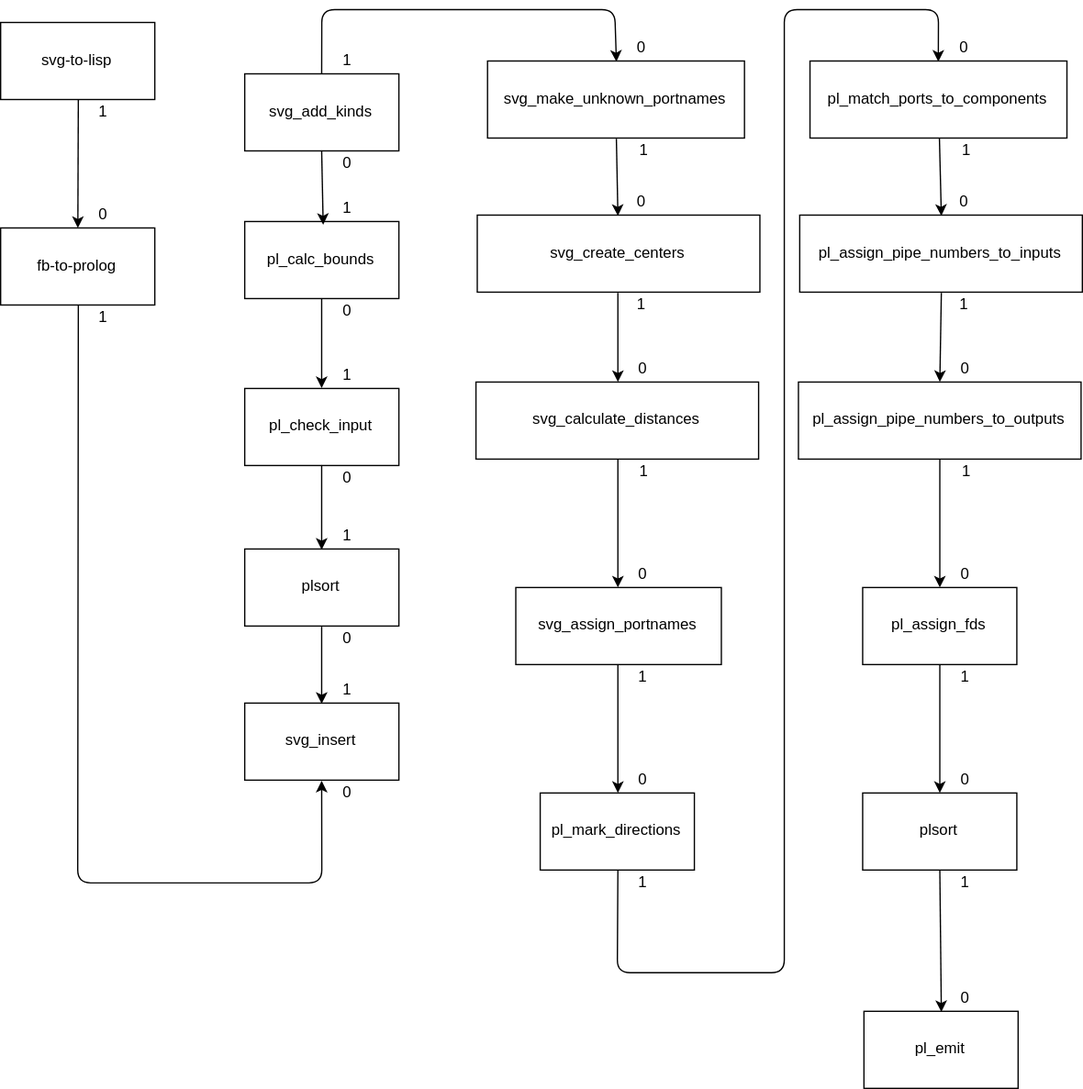
Earlier version of the draw.io export svg/svg_compiler.svg (bmfbp/bmfbp). Source tidied: cells renumbered, new cells last; positions are measured from the earlier drawing's top-left corner, leaving out a move shared by most shapes.
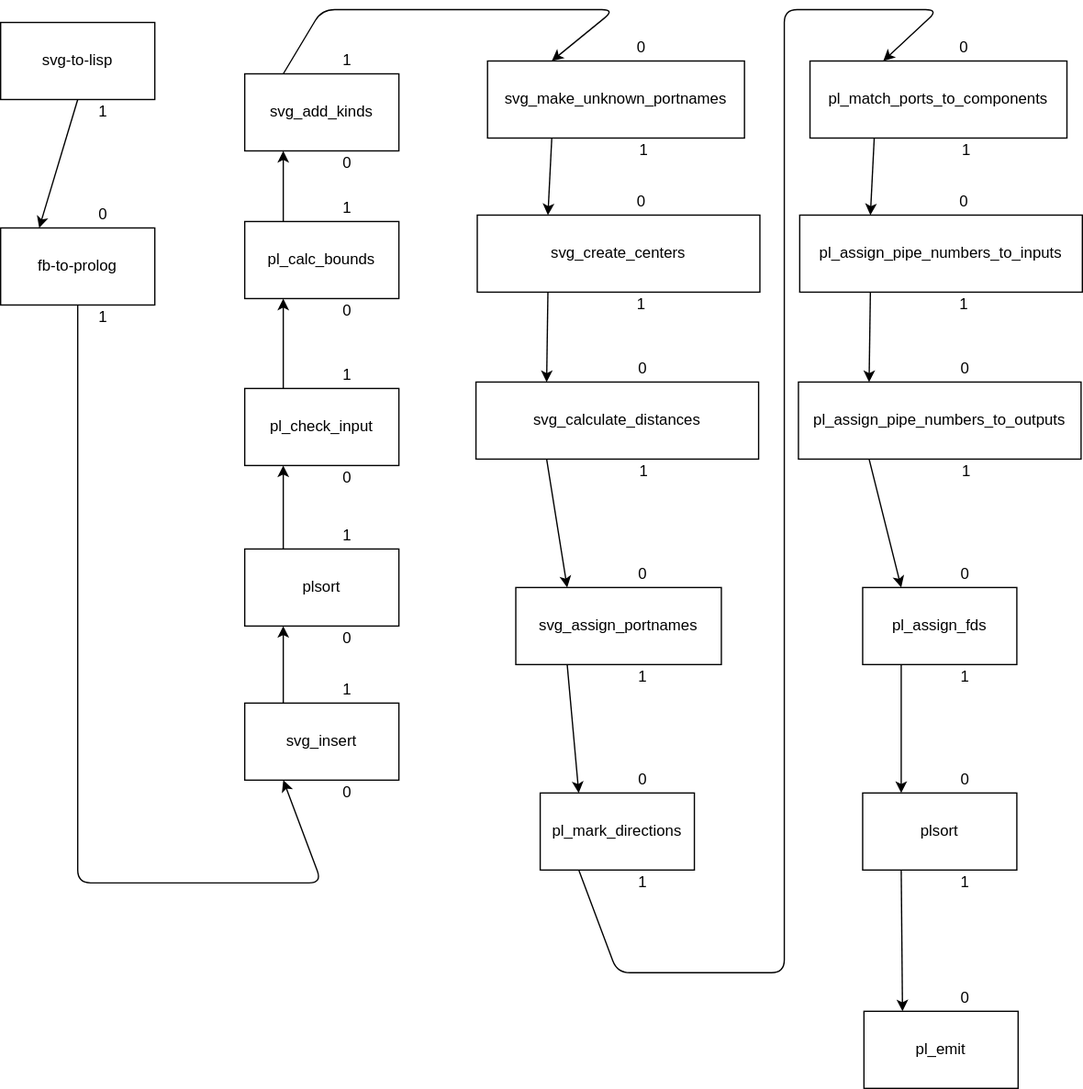
The same diagram one commit later.

Commit message:
changed diagram to move arrows away from port text to avoid conflicts

What changed in the source:
```diff
@@ -26,13 +26,15 @@
     <mxCell id="9" value="pl_mark_directions" style="rounded=0;" parent="1" vertex="1">
       <mxGeometry x="420" y="610" width="120" height="60" as="geometry" />
     </mxCell>
-    <mxCell id="10" style="endArrow=classic;entryX=0.5;entryY=0;exitX=0.5;exitY=1;" parent="1" edge="1" source="6" target="7">
+    <mxCell id="10" style="endArrow=classic;entryX=0.25;entryY=0;exitX=0.25;exitY=1;" parent="1" edge="1" source="6" target="7">
       <mxGeometry relative="1" as="geometry" />
     </mxCell>
-    <mxCell id="11" style="endArrow=classic;entryX=0.5;entryY=0;exitX=0.5;exitY=1;" parent="1" edge="1" source="7" target="8">
-      <mxGeometry relative="1" as="geometry" />
+    <mxCell id="11" style="endArrow=classic;entryX=0.25;entryY=0;" parent="1" edge="1" target="8">
+      <mxGeometry relative="1" as="geometry">
+        <mxPoint x="425" y="350" as="sourcePoint" />
+      </mxGeometry>
     </mxCell>
-    <mxCell id="12" style="endArrow=classic;entryX=0.5;entryY=0;exitX=0.5;exitY=1;" parent="1" edge="1" source="8" target="9">
+    <mxCell id="12" style="endArrow=classic;entryX=0.25;entryY=0;exitX=0.25;exitY=1;" parent="1" edge="1" source="8" target="9">
       <mxGeometry relative="1" as="geometry" />
     </mxCell>
     <mxCell id="13" value="1" style="text;strokeColor=none;fillColor=none;align=center;verticalAlign=middle;rounded=0;" parent="1" vertex="1">
@@ -77,18 +79,12 @@
     <mxCell id="26" value="0" style="text;strokeColor=none;fillColor=none;align=center;verticalAlign=middle;rounded=0;" parent="1" vertex="1">
       <mxGeometry x="250" y="600" width="40" height="20" as="geometry" />
     </mxCell>
-    <mxCell id="27" style="endArrow=classic;html=1;entryX=0.5;entryY=0;exitX=0.5;exitY=1;" parent="1" edge="1" source="29" target="4">
-      <mxGeometry relative="1" as="geometry" />
-    </mxCell>
     <mxCell id="28" value="pl_check_input" style="rounded=0;" parent="1" vertex="1">
       <mxGeometry x="190" y="295" width="120" height="60" as="geometry" />
     </mxCell>
     <mxCell id="29" value="plsort" style="rounded=0;" parent="1" vertex="1">
       <mxGeometry x="190" y="420" width="120" height="60" as="geometry" />
     </mxCell>
-    <mxCell id="30" style="endArrow=classic;entryX=0.5;entryY=0;exitX=0.5;exitY=1;" parent="1" edge="1" source="28" target="29">
-      <mxGeometry relative="1" as="geometry" />
-    </mxCell>
     <mxCell id="31" value="1" style="text;strokeColor=none;fillColor=none;align=center;verticalAlign=middle;rounded=0;" parent="1" vertex="1">
       <mxGeometry x="250" y="400" width="40" height="20" as="geometry" />
     </mxCell>
@@ -98,9 +94,6 @@
     <mxCell id="33" value="0" style="text;strokeColor=none;fillColor=none;align=center;verticalAlign=middle;rounded=0;" parent="1" vertex="1">
       <mxGeometry x="250" y="480" width="40" height="20" as="geometry" />
     </mxCell>
-    <mxCell id="34" style="endArrow=classic;html=1;exitX=0.5;exitY=1;entryX=0.5;entryY=0;" parent="1" edge="1" source="3" target="28">
-      <mxGeometry relative="1" as="geometry" />
-    </mxCell>
     <mxCell id="35" value="1" style="text;strokeColor=none;fillColor=none;align=center;verticalAlign=middle;rounded=0;" parent="1" vertex="1">
       <mxGeometry x="250" y="275" width="40" height="20" as="geometry" />
     </mxCell>
@@ -122,10 +115,7 @@
     <mxCell id="41" value="0" style="text;strokeColor=none;fillColor=none;align=center;verticalAlign=middle;rounded=0;" parent="1" vertex="1">
       <mxGeometry x="250" y="110" width="40" height="20" as="geometry" />
     </mxCell>
-    <mxCell id="42" style="endArrow=classic;html=1;entryX=0.021;entryY=1.117;entryPerimeter=0;exitX=0.5;exitY=1;" parent="1" edge="1" source="38" target="13">
-      <mxGeometry relative="1" as="geometry" />
-    </mxCell>
-    <mxCell id="43" style="endArrow=classic;html=1;exitX=0.5;exitY=1;" parent="1" edge="1" source="2" target="37">
+    <mxCell id="43" style="endArrow=classic;html=1;exitX=0.5;exitY=1;entryX=0.25;entryY=0;" parent="1" edge="1" source="2" target="37">
       <mxGeometry relative="1" as="geometry" />
     </mxCell>
     <mxCell id="44" value="pl_match_ports_to_components" style="rounded=0;" parent="1" vertex="1">
@@ -143,13 +133,13 @@
     <mxCell id="48" value="plsort" style="rounded=0;" parent="1" vertex="1">
       <mxGeometry x="671" y="610" width="120" height="60" as="geometry" />
     </mxCell>
-    <mxCell id="49" style="endArrow=classic;entryX=0.5;entryY=0;exitX=0.5;exitY=1;" parent="1" edge="1" source="45" target="46">
+    <mxCell id="49" style="endArrow=classic;entryX=0.25;entryY=0;exitX=0.25;exitY=1;" parent="1" edge="1" source="45" target="46">
       <mxGeometry relative="1" as="geometry" />
     </mxCell>
-    <mxCell id="50" style="endArrow=classic;entryX=0.5;entryY=0;exitX=0.5;exitY=1;" parent="1" edge="1" source="46" target="47">
+    <mxCell id="50" style="endArrow=classic;entryX=0.25;entryY=0;exitX=0.25;exitY=1;" parent="1" edge="1" source="46" target="47">
       <mxGeometry relative="1" as="geometry" />
     </mxCell>
-    <mxCell id="51" style="endArrow=classic;entryX=0.5;entryY=0;exitX=0.5;exitY=1;" parent="1" edge="1" source="47" target="48">
+    <mxCell id="51" style="endArrow=classic;entryX=0.25;entryY=0;exitX=0.25;exitY=1;" parent="1" edge="1" source="47" target="48">
       <mxGeometry relative="1" as="geometry" />
     </mxCell>
     <mxCell id="52" value="0" style="text;strokeColor=none;fillColor=none;align=center;verticalAlign=middle;rounded=0;" parent="1" vertex="1">
@@ -182,7 +172,7 @@
     <mxCell id="61" value="pl_emit" style="rounded=0;" parent="1" vertex="1">
       <mxGeometry x="672" y="780" width="120" height="60" as="geometry" />
     </mxCell>
-    <mxCell id="62" style="endArrow=classic;html=1;exitX=0.5;exitY=1;entryX=0.5;entryY=0;" parent="1" edge="1" source="48" target="61">
+    <mxCell id="62" style="endArrow=classic;html=1;exitX=0.25;exitY=1;entryX=0.25;entryY=0;" parent="1" edge="1" source="48" target="61">
       <mxGeometry relative="1" as="geometry" />
     </mxCell>
     <mxCell id="63" value="1" style="text;strokeColor=none;fillColor=none;align=center;verticalAlign=middle;rounded=0;" parent="1" vertex="1">
@@ -194,7 +184,7 @@
     <mxCell id="65" value="1" style="text;strokeColor=none;fillColor=none;align=center;verticalAlign=middle;rounded=0;" parent="1" vertex="1">
       <mxGeometry x="250" y="30" width="40" height="20" as="geometry" />
     </mxCell>
-    <mxCell id="66" style="endArrow=classic;html=1;entryX=0.5;entryY=1;exitX=0.5;exitY=1;" parent="1" edge="1" source="37" target="4">
+    <mxCell id="66" style="endArrow=classic;html=1;entryX=0.25;entryY=1;exitX=0.5;exitY=1;" parent="1" edge="1" source="37" target="4">
       <mxGeometry relative="1" as="geometry">
         <Array as="points">
           <mxPoint x="60" y="680" />
@@ -202,7 +192,7 @@
         </Array>
       </mxGeometry>
     </mxCell>
-    <mxCell id="67" style="endArrow=classic;html=1;exitX=0.5;exitY=0;entryX=0.5;entryY=0;" parent="1" edge="1" source="38" target="5">
+    <mxCell id="67" style="endArrow=classic;html=1;exitX=0.25;exitY=0;entryX=0.25;entryY=0;" parent="1" edge="1" source="38" target="5">
       <mxGeometry relative="1" as="geometry">
         <Array as="points">
           <mxPoint x="250" />
@@ -210,10 +200,10 @@
         </Array>
       </mxGeometry>
     </mxCell>
-    <mxCell id="68" style="endArrow=classic;html=1;entryX=0.5;entryY=0;exitX=0.5;exitY=1;" parent="1" edge="1" source="5" target="6">
+    <mxCell id="68" style="endArrow=classic;html=1;entryX=0.25;entryY=0;exitX=0.25;exitY=1;" parent="1" edge="1" source="5" target="6">
       <mxGeometry relative="1" as="geometry" />
     </mxCell>
-    <mxCell id="69" style="endArrow=classic;html=1;entryX=0.5;entryY=0;exitX=0.5;exitY=1;" parent="1" edge="1" source="9" target="44">
+    <mxCell id="69" style="endArrow=classic;html=1;entryX=0.285;entryY=0;exitX=0.25;exitY=1;entryPerimeter=0;" parent="1" edge="1" source="9" target="44">
       <mxGeometry relative="1" as="geometry">
         <Array as="points">
           <mxPoint x="480" y="750" />
@@ -223,8 +213,20 @@
         </Array>
       </mxGeometry>
     </mxCell>
-    <mxCell id="70" style="endArrow=classic;html=1;entryX=0.5;entryY=0;" parent="1" edge="1" source="44" target="45">
+    <mxCell id="70" style="endArrow=classic;html=1;entryX=0.25;entryY=0;exitX=0.25;exitY=1;" parent="1" edge="1" source="44" target="45">
       <mxGeometry relative="1" as="geometry" />
     </mxCell>
+    <mxCell id="71" style="endArrow=classic;html=1;exitX=0.25;exitY=0;entryX=0.25;entryY=1;" parent="1" edge="1" source="28" target="3">
+      <mxGeometry relative="1" as="geometry" />
+    </mxCell>
+    <mxCell id="72" style="endArrow=classic;html=1;entryX=0.25;entryY=1;exitX=0.25;exitY=0;" parent="1" edge="1" source="29" target="28">
+      <mxGeometry relative="1" as="geometry" />
+    </mxCell>
+    <mxCell id="73" style="endArrow=classic;html=1;entryX=0.25;entryY=1;exitX=0.25;exitY=0;" parent="1" edge="1" source="4" target="29">
+      <mxGeometry relative="1" as="geometry" />
+    </mxCell>
+    <mxCell id="74" style="endArrow=classic;html=1;entryX=0.25;entryY=1;exitX=0.25;exitY=0;" parent="1" edge="1" source="3" target="38">
+      <mxGeometry relative="1" as="geometry" />
+    </mxCell>
   </root>
 </mxGraphModel>
```
